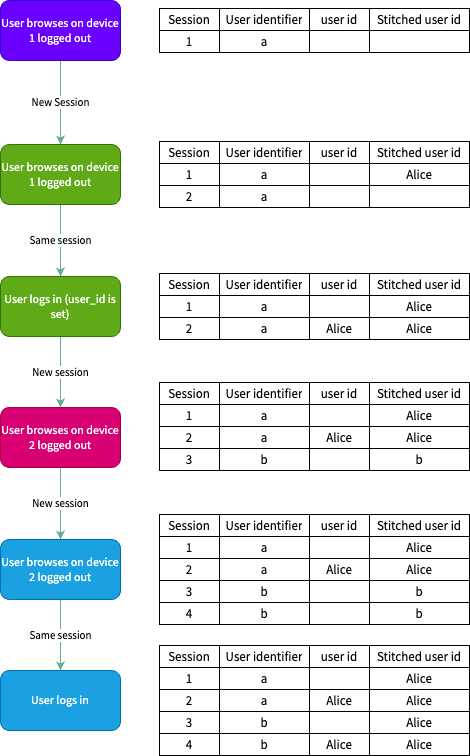
Above: docs/modeling-your-data/modeling-your-data-with-dbt/package-features/identity-stitching/images/stitching_scenarios.drawio.png in snowplow/documentation (draw.io), before the change. Source tidied: cells renumbered, new cells last; positions are measured from the earlier drawing's top-left corner, leaving out a move shared by most shapes.
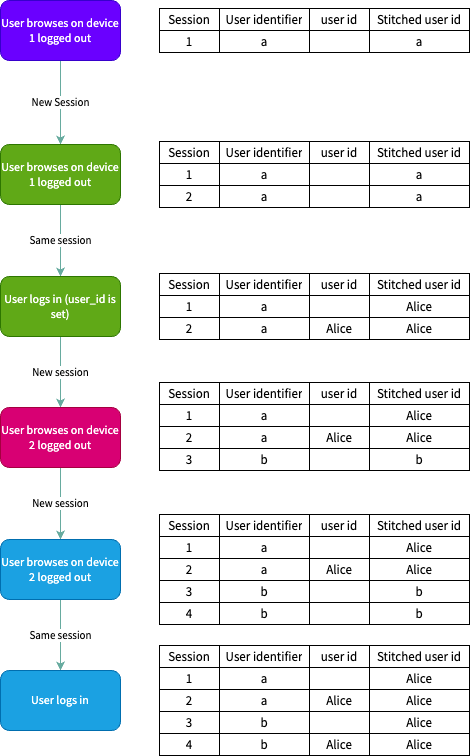
The same diagram one commit later.

Diff of the diagram source:
```diff
@@ -332,7 +332,7 @@
     <mxCell id="111" style="shape=partialRectangle;html=1;whiteSpace=wrap;strokeColor=inherit;overflow=hidden;fillColor=none;top=0;left=0;bottom=0;right=0;fontSize=13;fontFamily=Source Sans Pro;fontSource=https%3A%2F%2Ffonts.googleapis.com%2Fcss%3Ffamily%3DSource%2BSans%2BPro;align=center;" parent="108" vertex="1">
       <mxGeometry x="150" width="60" height="22" as="geometry" />
     </mxCell>
-    <mxCell id="112" value="Alice" style="shape=partialRectangle;html=1;whiteSpace=wrap;strokeColor=inherit;overflow=hidden;fillColor=none;top=0;left=0;bottom=0;right=0;fontSize=13;fontFamily=Source Sans Pro;fontSource=https%3A%2F%2Ffonts.googleapis.com%2Fcss%3Ffamily%3DSource%2BSans%2BPro;align=center;" parent="108" vertex="1">
+    <mxCell id="112" value="a" style="shape=partialRectangle;html=1;whiteSpace=wrap;strokeColor=inherit;overflow=hidden;fillColor=none;top=0;left=0;bottom=0;right=0;fontSize=13;fontFamily=Source Sans Pro;fontSource=https%3A%2F%2Ffonts.googleapis.com%2Fcss%3Ffamily%3DSource%2BSans%2BPro;align=center;" parent="108" vertex="1">
       <mxGeometry x="210" width="100" height="22" as="geometry" />
     </mxCell>
     <mxCell id="113" style="shape=tableRow;horizontal=0;startSize=0;swimlaneHead=0;swimlaneBody=0;strokeColor=inherit;top=0;left=0;bottom=0;right=0;fillColor=none;fontSize=13;fontFamily=Source Sans Pro;fontSource=https%3A%2F%2Ffonts.googleapis.com%2Fcss%3Ffamily%3DSource%2BSans%2BPro;align=center;" parent="102" vertex="1">
@@ -347,7 +347,7 @@
     <mxCell id="116" style="shape=partialRectangle;html=1;whiteSpace=wrap;strokeColor=inherit;overflow=hidden;fillColor=none;top=0;left=0;bottom=0;right=0;fontSize=13;fontFamily=Source Sans Pro;fontSource=https%3A%2F%2Ffonts.googleapis.com%2Fcss%3Ffamily%3DSource%2BSans%2BPro;align=center;" parent="113" vertex="1">
       <mxGeometry x="150" width="60" height="22" as="geometry" />
     </mxCell>
-    <mxCell id="117" style="shape=partialRectangle;html=1;whiteSpace=wrap;strokeColor=inherit;overflow=hidden;fillColor=none;top=0;left=0;bottom=0;right=0;fontSize=13;fontFamily=Source Sans Pro;fontSource=https%3A%2F%2Ffonts.googleapis.com%2Fcss%3Ffamily%3DSource%2BSans%2BPro;align=center;" parent="113" vertex="1">
+    <mxCell id="117" value="a" style="shape=partialRectangle;html=1;whiteSpace=wrap;strokeColor=inherit;overflow=hidden;fillColor=none;top=0;left=0;bottom=0;right=0;fontSize=13;fontFamily=Source Sans Pro;fontSource=https%3A%2F%2Ffonts.googleapis.com%2Fcss%3Ffamily%3DSource%2BSans%2BPro;align=center;" parent="113" vertex="1">
       <mxGeometry x="210" width="100" height="22" as="geometry" />
     </mxCell>
     <mxCell id="118" style="shape=table;startSize=0;fontSize=13;fontFamily=Source Sans Pro;fontSource=https%3A%2F%2Ffonts.googleapis.com%2Fcss%3Ffamily%3DSource%2BSans%2BPro;align=center;" parent="1" vertex="1">
@@ -380,7 +380,7 @@
     <mxCell id="127" style="shape=partialRectangle;html=1;whiteSpace=wrap;strokeColor=inherit;overflow=hidden;fillColor=none;top=0;left=0;bottom=0;right=0;fontSize=13;fontFamily=Source Sans Pro;fontSource=https%3A%2F%2Ffonts.googleapis.com%2Fcss%3Ffamily%3DSource%2BSans%2BPro;align=center;" parent="124" vertex="1">
       <mxGeometry x="150" width="60" height="22" as="geometry" />
     </mxCell>
-    <mxCell id="128" style="shape=partialRectangle;html=1;whiteSpace=wrap;strokeColor=inherit;overflow=hidden;fillColor=none;top=0;left=0;bottom=0;right=0;fontSize=13;fontFamily=Source Sans Pro;fontSource=https%3A%2F%2Ffonts.googleapis.com%2Fcss%3Ffamily%3DSource%2BSans%2BPro;align=center;" parent="124" vertex="1">
+    <mxCell id="128" value="a" style="shape=partialRectangle;html=1;whiteSpace=wrap;strokeColor=inherit;overflow=hidden;fillColor=none;top=0;left=0;bottom=0;right=0;fontSize=13;fontFamily=Source Sans Pro;fontSource=https%3A%2F%2Ffonts.googleapis.com%2Fcss%3Ffamily%3DSource%2BSans%2BPro;align=center;" parent="124" vertex="1">
       <mxGeometry x="210" width="100" height="22" as="geometry" />
     </mxCell>
   </root>
```
